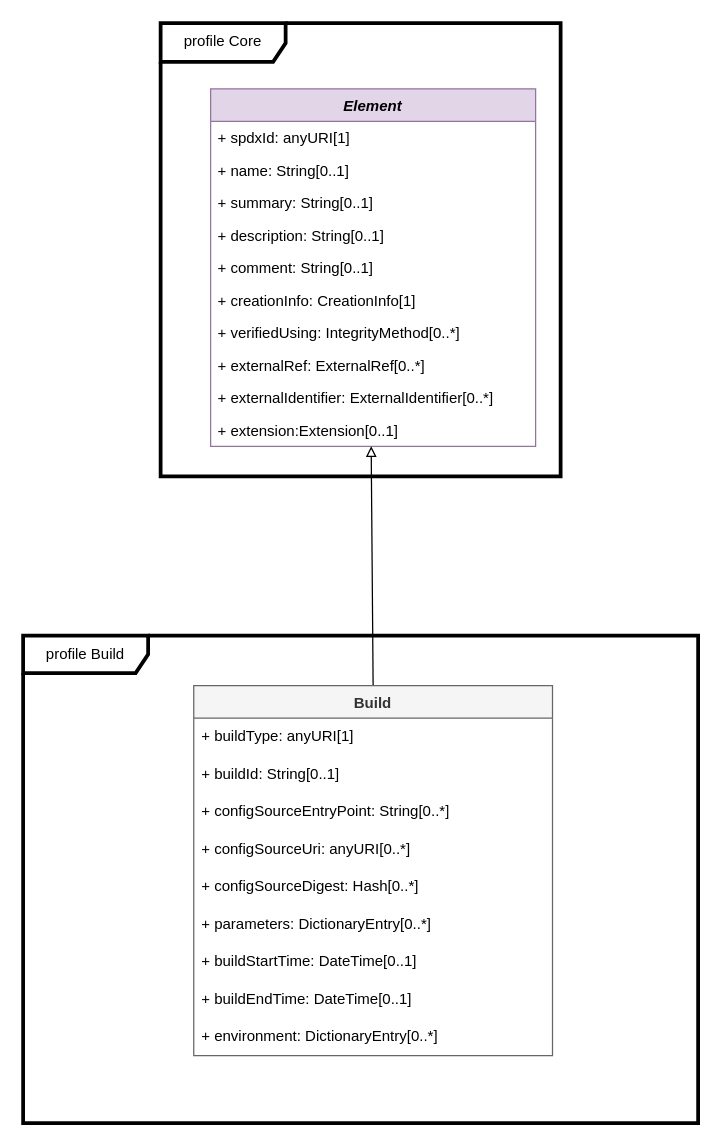
The draw.io diagram page "Build" (4 of 7) of model.drawio in spdx/spdx-3-model, before the edit. Source tidied: cells renumbered, new cells numbered last; positions are measured from the earlier drawing's top-left corner, leaving out a move shared by most shapes. Both pictures are drawn from the tidied source at 125%, with x=0, y=0 at pixel (22, 22).
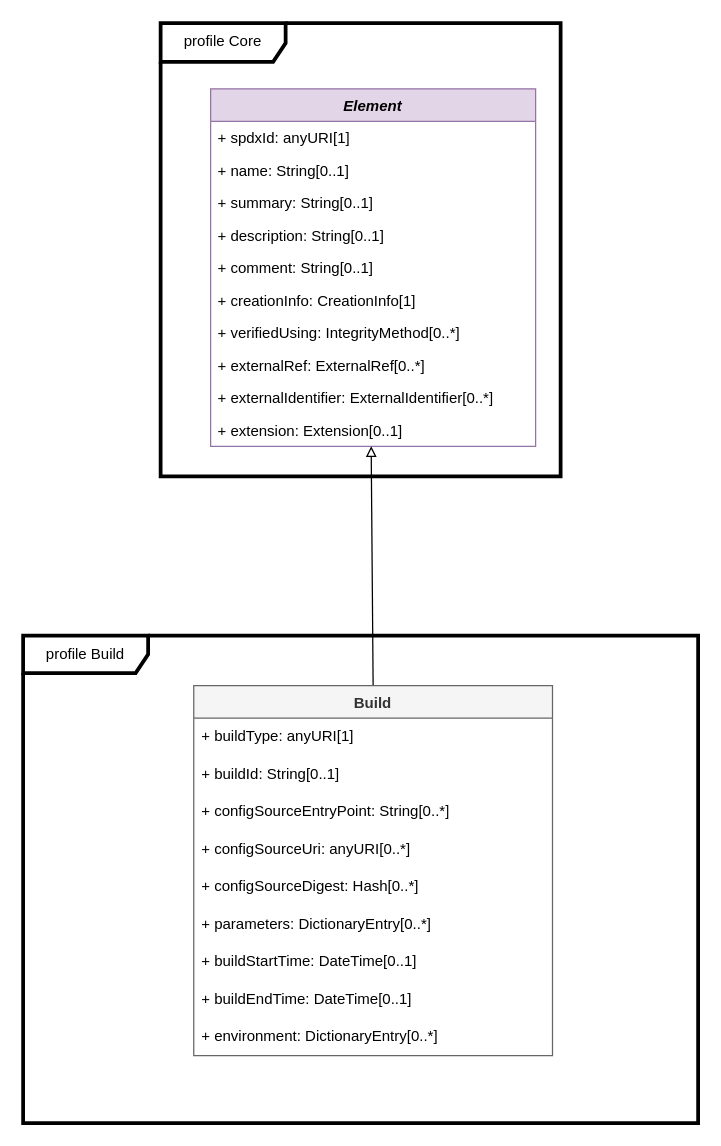
The same page after the edit.

Unchanged cells that the change refers to:
```xml
<mxCell id="3" value="Element" style="swimlane;fontStyle=3;horizontal=1;startSize=26;fillColor=#e1d5e7;strokeColor=#9673a6;" parent="1" vertex="1">
  <mxGeometry x="150" y="52.5" width="260" height="286" as="geometry" />
</mxCell>
```

Change to the diagram source:
```diff
@@
-    <mxCell id="13" value="+ extension:Extension[0..1]" style="text;strokeColor=none;fillColor=none;align=left;verticalAlign=top;spacingLeft=4;spacingRight=4;overflow=hidden;points=[[0,0.5],[1,0.5]];portConstraint=eastwest;" parent="3" vertex="1">
+    <mxCell id="13" value="+ extension: Extension[0..1]" style="text;strokeColor=none;fillColor=none;align=left;verticalAlign=top;spacingLeft=4;spacingRight=4;overflow=hidden;points=[[0,0.5],[1,0.5]];portConstraint=eastwest;" parent="3" vertex="1">
       <mxGeometry y="260" width="260" height="26" as="geometry" />
     </mxCell>
```
